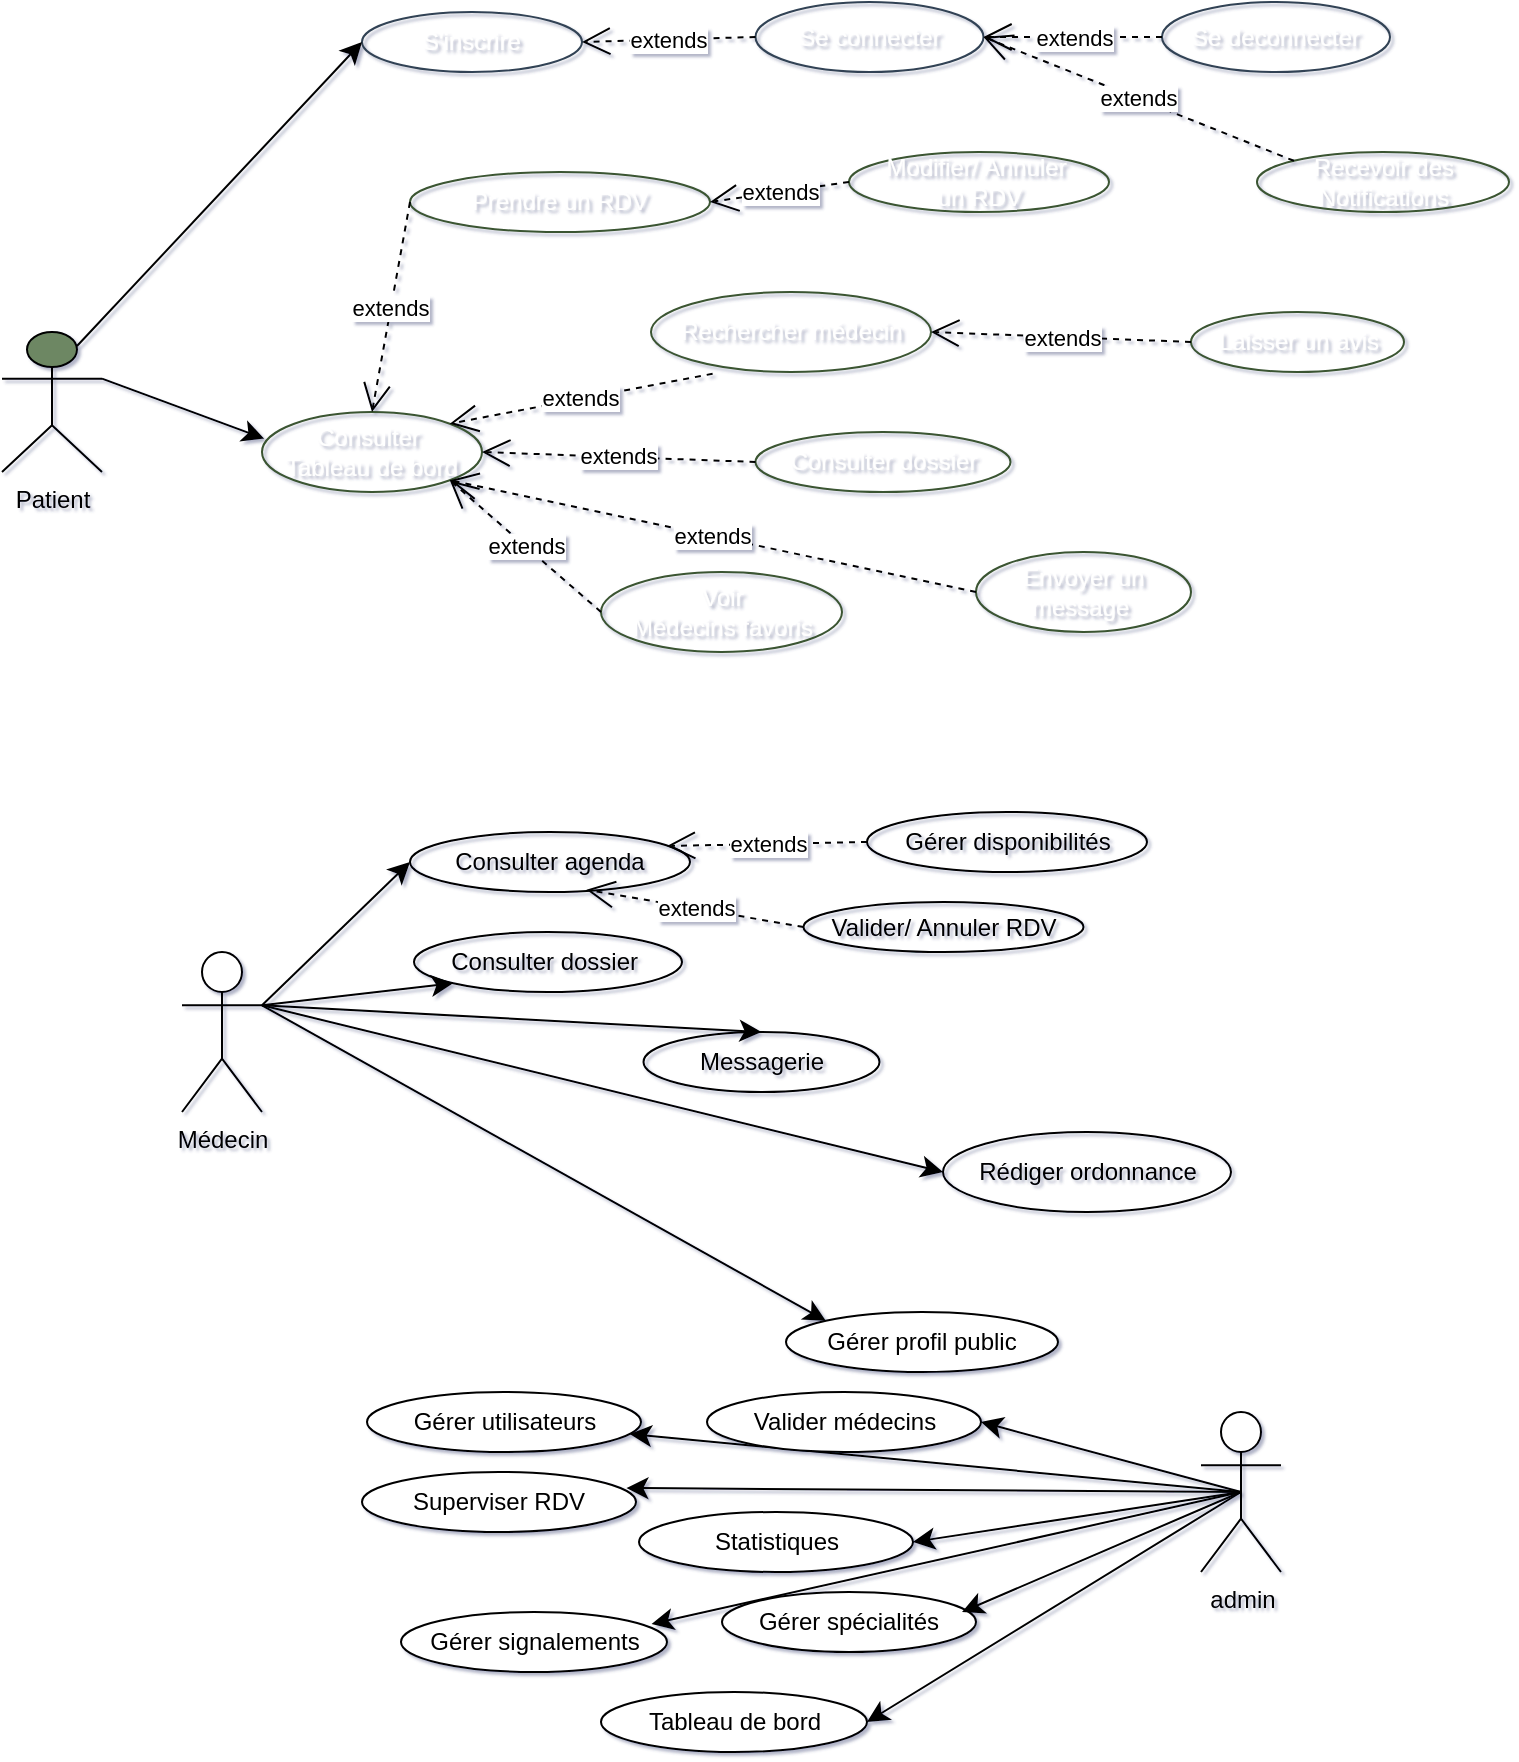
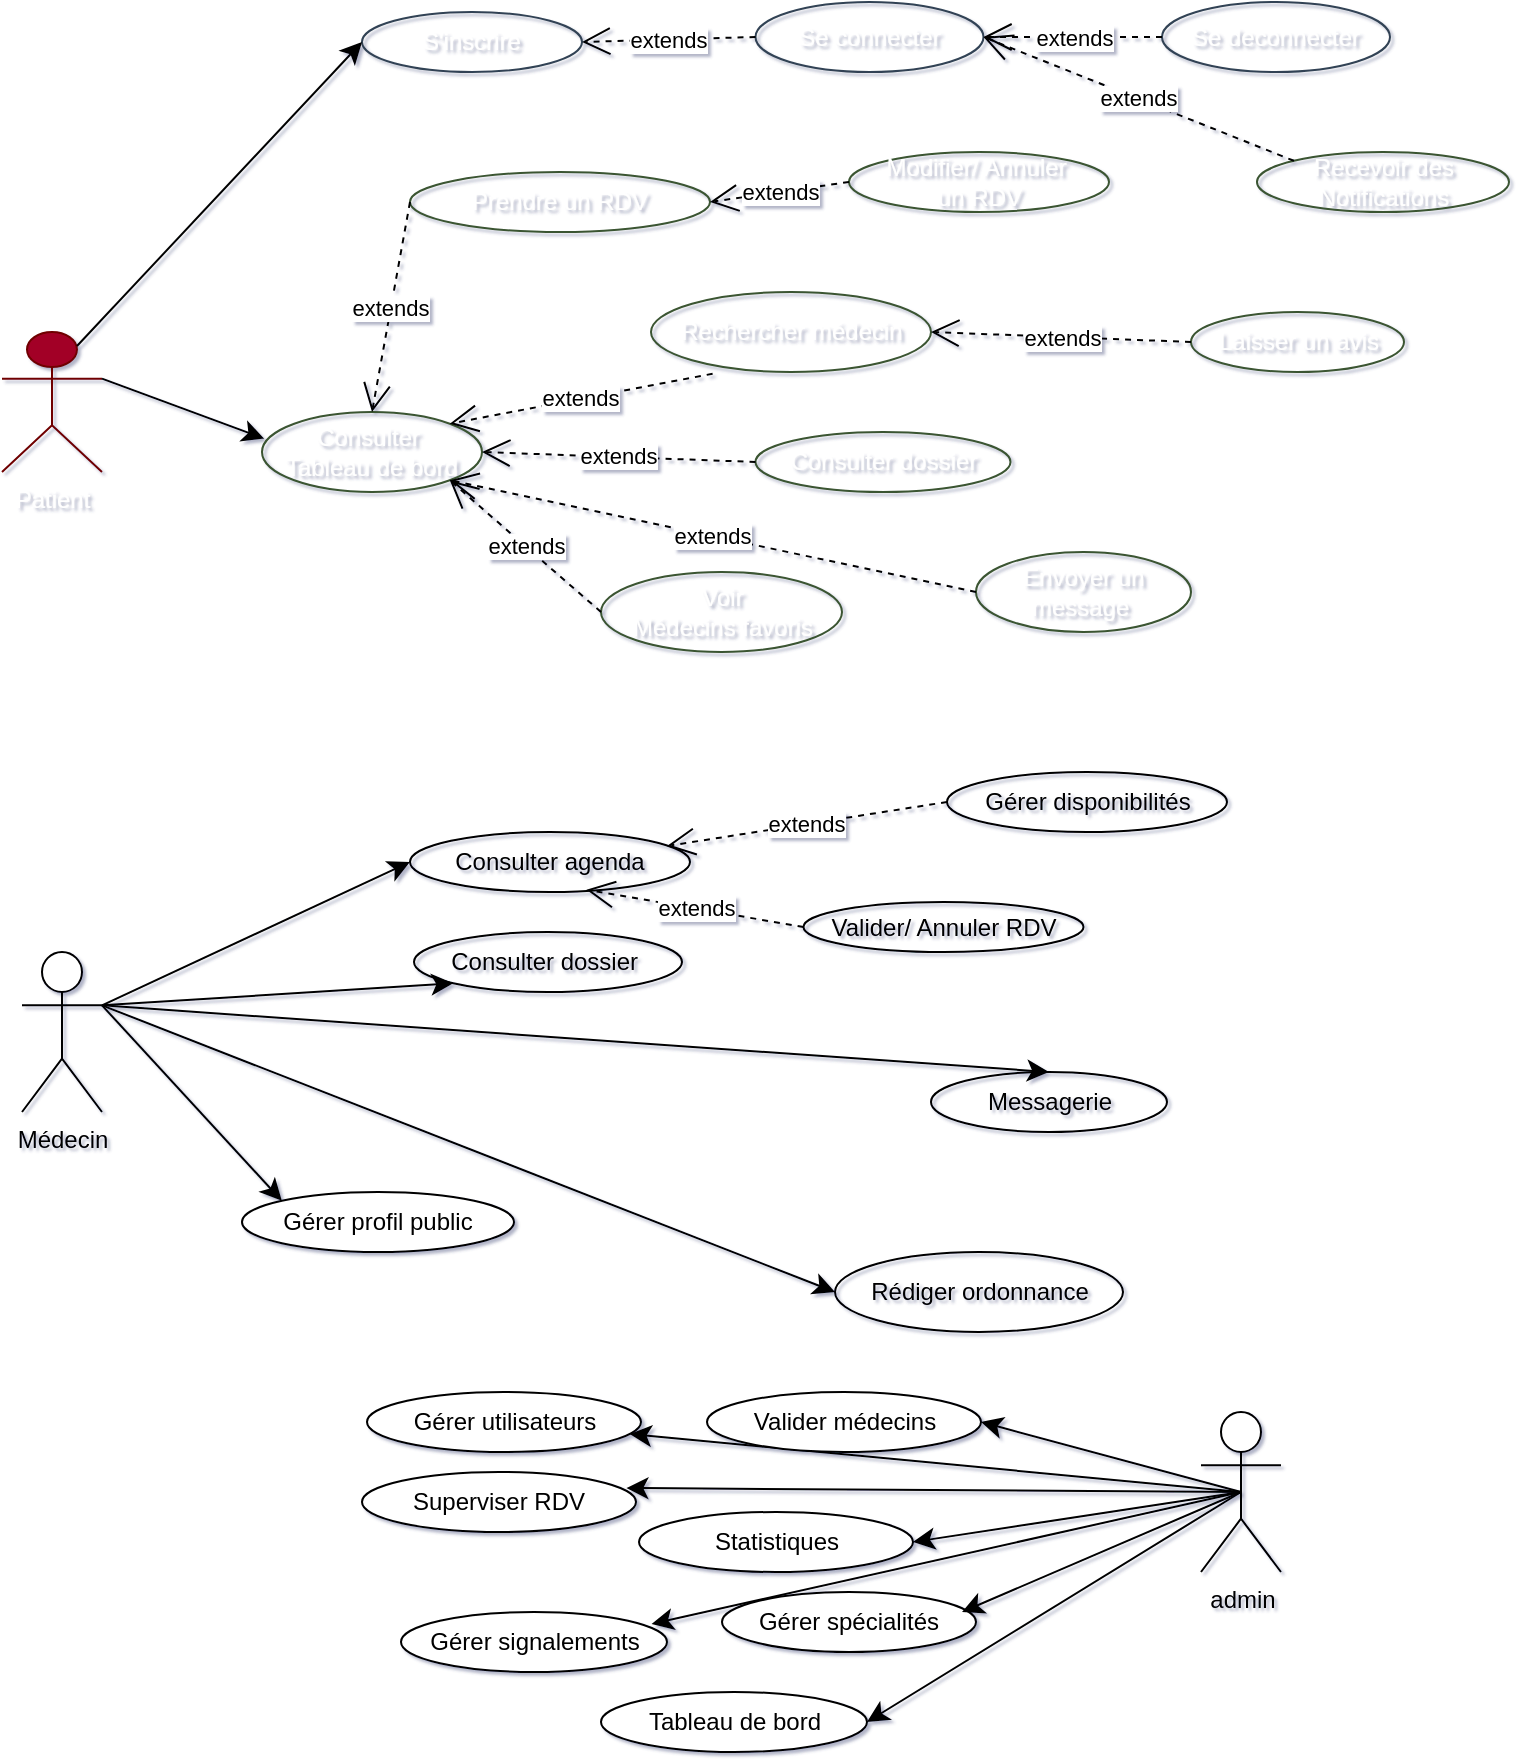
<mxfile host="app.diagrams.net">
  <diagram name="Page-1" id="B3HcQyi19hiCVtXVNNFy">
-     <mxGraphModel dx="815" dy="475" grid="1" gridSize="10" guides="1" tooltips="1" connect="1" arrows="1" fold="1" page="1" pageScale="1" pageWidth="827" pageHeight="1169" background="light-dark(#FFFFFF,#868686)" math="0" shadow="1">
+     <mxGraphModel dx="860" dy="501" grid="1" gridSize="10" guides="1" tooltips="1" connect="1" arrows="1" fold="1" page="1" pageScale="1" pageWidth="827" pageHeight="1169" background="light-dark(#FFFFFF,#868686)" math="0" shadow="1">
      <root>
        <mxCell id="0" />
        <mxCell id="1" parent="0" />
-         <mxCell id="zeCEq8UZaijIuNk5S55m-2" parent="1" style="shape=umlActor;verticalLabelPosition=bottom;verticalAlign=top;html=1;fillColor=light-dark(#6D8764,#FFFFFF);" value="Patient&lt;div&gt;&lt;br&gt;&lt;/div&gt;" vertex="1">
+         <mxCell id="zeCEq8UZaijIuNk5S55m-2" parent="1" style="shape=umlActor;verticalLabelPosition=bottom;verticalAlign=top;html=1;fillColor=#a20025;fontColor=#ffffff;strokeColor=#6F0000;" value="Patient&lt;div&gt;&lt;br&gt;&lt;/div&gt;" vertex="1">
          <mxGeometry height="70" width="50" x="50" y="370" as="geometry" />
        </mxCell>
        <mxCell id="zeCEq8UZaijIuNk5S55m-134" edge="1" parent="1" source="zeCEq8UZaijIuNk5S55m-3" style="edgeStyle=none;curved=1;rounded=0;orthogonalLoop=1;jettySize=auto;html=1;exitX=0.5;exitY=0.5;exitDx=0;exitDy=0;exitPerimeter=0;fontSize=12;startSize=8;endSize=8;entryX=1;entryY=0.5;entryDx=0;entryDy=0;" target="zeCEq8UZaijIuNk5S55m-109">
          <mxGeometry relative="1" as="geometry">
            <mxPoint x="539.5" y="960" as="targetPoint" />
          </mxGeometry>
        </mxCell>
        <mxCell id="zeCEq8UZaijIuNk5S55m-135" edge="1" parent="1" source="zeCEq8UZaijIuNk5S55m-3" style="edgeStyle=none;curved=1;rounded=0;orthogonalLoop=1;jettySize=auto;html=1;exitX=0.5;exitY=0.5;exitDx=0;exitDy=0;exitPerimeter=0;entryX=1;entryY=0.5;entryDx=0;entryDy=0;fontSize=12;startSize=8;endSize=8;" target="zeCEq8UZaijIuNk5S55m-92">
          <mxGeometry relative="1" as="geometry" />
        </mxCell>
        <mxCell id="zeCEq8UZaijIuNk5S55m-136" edge="1" parent="1" source="zeCEq8UZaijIuNk5S55m-3" style="edgeStyle=none;curved=1;rounded=0;orthogonalLoop=1;jettySize=auto;html=1;exitX=0.5;exitY=0.5;exitDx=0;exitDy=0;exitPerimeter=0;fontSize=12;startSize=8;endSize=8;" target="zeCEq8UZaijIuNk5S55m-93">
          <mxGeometry relative="1" as="geometry" />
        </mxCell>
        <mxCell id="zeCEq8UZaijIuNk5S55m-137" edge="1" parent="1" source="zeCEq8UZaijIuNk5S55m-3" style="edgeStyle=none;curved=1;rounded=0;orthogonalLoop=1;jettySize=auto;html=1;exitX=0.5;exitY=0.5;exitDx=0;exitDy=0;exitPerimeter=0;entryX=1;entryY=0.5;entryDx=0;entryDy=0;fontSize=12;startSize=8;endSize=8;" target="zeCEq8UZaijIuNk5S55m-94">
          <mxGeometry relative="1" as="geometry" />
        </mxCell>
        <mxCell id="zeCEq8UZaijIuNk5S55m-3" parent="1" style="shape=umlActor;verticalLabelPosition=bottom;verticalAlign=top;html=1;fillColor=light-dark(#FFFFFF,#D4A97F);" value="a&lt;span style=&quot;background-color: transparent; color: light-dark(rgb(0, 0, 0), rgb(255, 255, 255));&quot;&gt;dmin&lt;/span&gt;" vertex="1">
          <mxGeometry height="80" width="40" x="649.5" y="910" as="geometry" />
        </mxCell>
        <mxCell id="zeCEq8UZaijIuNk5S55m-48" parent="1" style="ellipse;whiteSpace=wrap;html=1;fillColor=none;fontColor=#ffffff;strokeColor=#314354;" value="S&#39;inscrire" vertex="1">
          <mxGeometry height="30" width="110" x="230" y="210" as="geometry" />
        </mxCell>
        <mxCell id="zeCEq8UZaijIuNk5S55m-49" parent="1" style="ellipse;whiteSpace=wrap;html=1;fillColor=none;fontColor=#ffffff;strokeColor=#314354;" value="Se connecter" vertex="1">
          <mxGeometry height="35" width="114" x="426.75" y="205" as="geometry" />
        </mxCell>
        <mxCell id="zeCEq8UZaijIuNk5S55m-50" parent="1" style="ellipse;whiteSpace=wrap;html=1;fillColor=none;fontColor=#ffffff;strokeColor=#3A5431;" value="Prendre un RDV" vertex="1">
          <mxGeometry height="30" width="150" x="254" y="290" as="geometry" />
        </mxCell>
        <mxCell id="zeCEq8UZaijIuNk5S55m-51" parent="1" style="ellipse;whiteSpace=wrap;html=1;fillColor=none;fontColor=#ffffff;strokeColor=#3A5431;shadow=0;" value="Envoyer un message&amp;nbsp;" vertex="1">
          <mxGeometry height="40" width="107.5" x="537" y="480" as="geometry" />
        </mxCell>
        <mxCell id="zeCEq8UZaijIuNk5S55m-52" parent="1" style="ellipse;whiteSpace=wrap;html=1;fillColor=none;fontColor=#ffffff;strokeColor=#3A5431;shadow=0;" value="Modifier/ Annuler&amp;nbsp;&lt;div&gt;un RDV&lt;/div&gt;" vertex="1">
          <mxGeometry height="30" width="130" x="473.5" y="280" as="geometry" />
        </mxCell>
        <mxCell id="zeCEq8UZaijIuNk5S55m-53" parent="1" style="ellipse;whiteSpace=wrap;html=1;fillColor=none;fontColor=#ffffff;strokeColor=#3A5431;shadow=0;" value="Consulter dossier" vertex="1">
          <mxGeometry height="30" width="127.5" x="426.75" y="420" as="geometry" />
        </mxCell>
        <mxCell id="zeCEq8UZaijIuNk5S55m-54" parent="1" style="ellipse;whiteSpace=wrap;html=1;fillColor=none;fontColor=#ffffff;strokeColor=#3A5431;shadow=0;" value="Rechercher médecin" vertex="1">
          <mxGeometry height="40" width="140" x="374.5" y="350" as="geometry" />
        </mxCell>
        <mxCell id="zeCEq8UZaijIuNk5S55m-72" parent="1" style="ellipse;whiteSpace=wrap;html=1;fillColor=none;fontColor=#ffffff;strokeColor=#3A5431;shadow=0;" value="Voir&lt;div&gt;&lt;span style=&quot;background-color: transparent; color: light-dark(rgb(255, 255, 255), rgb(18, 18, 18));&quot;&gt;Médecins favoris&lt;/span&gt;&lt;/div&gt;" vertex="1">
          <mxGeometry height="40" width="120.5" x="349.5" y="490" as="geometry" />
        </mxCell>
        <mxCell id="zeCEq8UZaijIuNk5S55m-73" parent="1" style="ellipse;whiteSpace=wrap;html=1;fillColor=none;fontColor=#ffffff;strokeColor=#3A5431;shadow=0;" value="Recevoir des Notifications" vertex="1">
          <mxGeometry height="30" width="126" x="677.5" y="280" as="geometry" />
        </mxCell>
        <mxCell id="zeCEq8UZaijIuNk5S55m-74" parent="1" style="ellipse;whiteSpace=wrap;html=1;fillColor=none;fontColor=light-dark(#000000,#040404);shadow=0;" value="Consulter agenda" vertex="1">
          <mxGeometry height="30" width="140" x="254" y="620" as="geometry" />
        </mxCell>
        <mxCell id="zeCEq8UZaijIuNk5S55m-75" parent="1" style="ellipse;whiteSpace=wrap;html=1;fillColor=none;fontColor=light-dark(#000000,#040404);shadow=0;" value="Rédiger ordonnance" vertex="1">
-           <mxGeometry height="40" width="144" x="520.5" y="770" as="geometry" />
+           <mxGeometry height="40" width="144" x="466.5" y="830" as="geometry" />
        </mxCell>
        <mxCell id="zeCEq8UZaijIuNk5S55m-76" parent="1" style="ellipse;whiteSpace=wrap;html=1;fillColor=none;fontColor=light-dark(#000000,#040404);shadow=0;" value="Gérer disponibilités" vertex="1">
-           <mxGeometry height="30" width="140" x="482.5" y="610" as="geometry" />
+           <mxGeometry height="30" width="140" x="522.5" y="590" as="geometry" />
        </mxCell>
        <mxCell id="zeCEq8UZaijIuNk5S55m-77" parent="1" style="ellipse;whiteSpace=wrap;html=1;fillColor=none;fontColor=light-dark(#000000,#040404);shadow=0;" value="Consulter dossier&amp;nbsp;" vertex="1">
          <mxGeometry height="30" width="134" x="256" y="670" as="geometry" />
        </mxCell>
        <mxCell id="zeCEq8UZaijIuNk5S55m-78" parent="1" style="ellipse;whiteSpace=wrap;html=1;fillColor=none;fontColor=light-dark(#000000,#040404);shadow=0;" value="Valider/ Annuler RDV" vertex="1">
          <mxGeometry height="25" width="140" x="450.75" y="655" as="geometry" />
        </mxCell>
        <mxCell id="zeCEq8UZaijIuNk5S55m-80" parent="1" style="ellipse;whiteSpace=wrap;html=1;fillColor=none;fontColor=light-dark(#000000,#040404);shadow=0;" value="Messagerie" vertex="1">
-           <mxGeometry height="30" width="118" x="370.75" y="720" as="geometry" />
+           <mxGeometry height="30" width="118" x="514.5" y="740" as="geometry" />
        </mxCell>
        <mxCell id="zeCEq8UZaijIuNk5S55m-91" parent="1" style="ellipse;whiteSpace=wrap;html=1;fillColor=light-dark(#FFFFFF,#D4A97F);fontColor=light-dark(#000000,#040404);shadow=0;" value="Gérer signalements" vertex="1">
          <mxGeometry height="30" width="133" x="249.5" y="1010" as="geometry" />
        </mxCell>
        <mxCell id="zeCEq8UZaijIuNk5S55m-92" parent="1" style="ellipse;whiteSpace=wrap;html=1;fillColor=light-dark(#FFFFFF,#D4A97F);fontColor=light-dark(#000000,#040404);shadow=0;" value="Valider médecins" vertex="1">
          <mxGeometry height="30" width="137" x="402.5" y="900" as="geometry" />
        </mxCell>
        <mxCell id="zeCEq8UZaijIuNk5S55m-93" parent="1" style="ellipse;whiteSpace=wrap;html=1;fillColor=light-dark(#FFFFFF,#D4A97F);fontColor=light-dark(#000000,#040404);shadow=0;" value="Gérer utilisateurs" vertex="1">
          <mxGeometry height="30" width="137" x="232.5" y="900" as="geometry" />
        </mxCell>
        <mxCell id="zeCEq8UZaijIuNk5S55m-94" parent="1" style="ellipse;whiteSpace=wrap;html=1;fillColor=light-dark(#FFFFFF,#D4A97F);fontColor=light-dark(#000000,#040404);shadow=0;" value="Tableau de bord" vertex="1">
          <mxGeometry height="30" width="133" x="349.5" y="1050" as="geometry" />
        </mxCell>
        <mxCell id="zeCEq8UZaijIuNk5S55m-95" parent="1" style="ellipse;whiteSpace=wrap;html=1;fillColor=light-dark(#FFFFFF,#D4A97F);fontColor=light-dark(#000000,#040404);shadow=0;" value="Gérer spécialités" vertex="1">
          <mxGeometry height="30" width="127" x="410" y="1000" as="geometry" />
        </mxCell>
        <mxCell id="zeCEq8UZaijIuNk5S55m-96" parent="1" style="ellipse;whiteSpace=wrap;html=1;fillColor=none;fontColor=#ffffff;strokeColor=#3A5431;shadow=0;" value="Laisser un avis" vertex="1">
          <mxGeometry height="30" width="106.5" x="644.5" y="360" as="geometry" />
        </mxCell>
        <mxCell id="zeCEq8UZaijIuNk5S55m-97" parent="1" style="ellipse;whiteSpace=wrap;html=1;fillColor=none;fontColor=#ffffff;strokeColor=#3A5431;shadow=0;" value="Consulter&amp;nbsp;&lt;div&gt;Tableau de bord&lt;/div&gt;" vertex="1">
          <mxGeometry height="40" width="110" x="180" y="410" as="geometry" />
        </mxCell>
        <mxCell id="zeCEq8UZaijIuNk5S55m-105" parent="1" style="ellipse;whiteSpace=wrap;html=1;fillColor=light-dark(#FFFFFF,#A680B8);fontColor=light-dark(#000000,#040404);" value="Gérer profil public" vertex="1">
-           <mxGeometry height="30" width="136" x="442" y="860" as="geometry" />
+           <mxGeometry height="30" width="136" x="170" y="800" as="geometry" />
        </mxCell>
        <mxCell id="zeCEq8UZaijIuNk5S55m-106" edge="1" parent="1" source="zeCEq8UZaijIuNk5S55m-105" style="edgeStyle=none;curved=1;rounded=0;orthogonalLoop=1;jettySize=auto;html=1;exitX=0.5;exitY=1;exitDx=0;exitDy=0;fontSize=12;startSize=8;endSize=8;fontColor=light-dark(#000000,#040404);shadow=0;" target="zeCEq8UZaijIuNk5S55m-105">
          <mxGeometry relative="1" as="geometry" />
        </mxCell>
        <mxCell id="zeCEq8UZaijIuNk5S55m-107" edge="1" parent="1" style="edgeStyle=none;curved=1;rounded=0;orthogonalLoop=1;jettySize=auto;html=1;exitX=0.5;exitY=0;exitDx=0;exitDy=0;fontSize=12;startSize=8;endSize=8;fontColor=light-dark(#000000,#040404);shadow=0;">
          <mxGeometry relative="1" as="geometry">
            <mxPoint x="324" y="820" as="sourcePoint" />
            <mxPoint x="324" y="820" as="targetPoint" />
          </mxGeometry>
        </mxCell>
        <mxCell id="zeCEq8UZaijIuNk5S55m-109" parent="1" style="ellipse;whiteSpace=wrap;html=1;fillColor=light-dark(#FFFFFF,#D4A97F);fontColor=light-dark(#000000,#040404);shadow=0;" value="Statistiques" vertex="1">
          <mxGeometry height="30" width="137" x="368.5" y="960" as="geometry" />
        </mxCell>
        <mxCell id="zeCEq8UZaijIuNk5S55m-110" parent="1" style="ellipse;whiteSpace=wrap;html=1;fillColor=light-dark(#FFFFFF,#D4A97F);fontColor=light-dark(#000000,#040404);shadow=0;" value="Superviser RDV" vertex="1">
          <mxGeometry height="30" width="137" x="230" y="940" as="geometry" />
        </mxCell>
        <mxCell id="zeCEq8UZaijIuNk5S55m-119" edge="1" parent="1" source="zeCEq8UZaijIuNk5S55m-2" style="edgeStyle=none;curved=1;rounded=0;orthogonalLoop=1;jettySize=auto;html=1;exitX=1;exitY=0.3333333333333333;exitDx=0;exitDy=0;exitPerimeter=0;entryX=0.01;entryY=0.333;entryDx=0;entryDy=0;entryPerimeter=0;fontSize=12;startSize=8;endSize=8;" target="zeCEq8UZaijIuNk5S55m-97">
          <mxGeometry relative="1" as="geometry" />
        </mxCell>
        <mxCell id="zeCEq8UZaijIuNk5S55m-122" edge="1" parent="1" source="zeCEq8UZaijIuNk5S55m-121" style="edgeStyle=none;curved=1;rounded=0;orthogonalLoop=1;jettySize=auto;html=1;exitX=1;exitY=0.3333333333333333;exitDx=0;exitDy=0;exitPerimeter=0;entryX=0;entryY=0.5;entryDx=0;entryDy=0;fontSize=12;startSize=8;endSize=8;" target="zeCEq8UZaijIuNk5S55m-74">
          <mxGeometry relative="1" as="geometry" />
        </mxCell>
        <mxCell id="zeCEq8UZaijIuNk5S55m-125" edge="1" parent="1" source="zeCEq8UZaijIuNk5S55m-121" style="edgeStyle=none;curved=1;rounded=0;orthogonalLoop=1;jettySize=auto;html=1;exitX=1;exitY=0.3333333333333333;exitDx=0;exitDy=0;exitPerimeter=0;fontSize=12;startSize=8;endSize=8;entryX=0;entryY=1;entryDx=0;entryDy=0;" target="zeCEq8UZaijIuNk5S55m-77">
          <mxGeometry relative="1" as="geometry" />
        </mxCell>
        <mxCell id="zeCEq8UZaijIuNk5S55m-126" edge="1" parent="1" source="zeCEq8UZaijIuNk5S55m-121" style="edgeStyle=none;curved=1;rounded=0;orthogonalLoop=1;jettySize=auto;html=1;exitX=1;exitY=0.3333333333333333;exitDx=0;exitDy=0;exitPerimeter=0;entryX=0;entryY=0.5;entryDx=0;entryDy=0;fontSize=12;startSize=8;endSize=8;" target="zeCEq8UZaijIuNk5S55m-75">
          <mxGeometry relative="1" as="geometry" />
        </mxCell>
        <mxCell id="zeCEq8UZaijIuNk5S55m-127" edge="1" parent="1" source="zeCEq8UZaijIuNk5S55m-121" style="edgeStyle=none;curved=1;rounded=0;orthogonalLoop=1;jettySize=auto;html=1;exitX=1;exitY=0.3333333333333333;exitDx=0;exitDy=0;exitPerimeter=0;entryX=0.5;entryY=0;entryDx=0;entryDy=0;fontSize=12;startSize=8;endSize=8;" target="zeCEq8UZaijIuNk5S55m-80">
          <mxGeometry relative="1" as="geometry" />
        </mxCell>
        <mxCell id="zeCEq8UZaijIuNk5S55m-129" edge="1" parent="1" source="zeCEq8UZaijIuNk5S55m-121" style="edgeStyle=none;curved=1;rounded=0;orthogonalLoop=1;jettySize=auto;html=1;exitX=1;exitY=0.3333333333333333;exitDx=0;exitDy=0;exitPerimeter=0;entryX=0;entryY=0;entryDx=0;entryDy=0;fontSize=12;startSize=8;endSize=8;" target="zeCEq8UZaijIuNk5S55m-105">
          <mxGeometry relative="1" as="geometry" />
        </mxCell>
        <mxCell id="zeCEq8UZaijIuNk5S55m-121" parent="1" style="shape=umlActor;verticalLabelPosition=bottom;verticalAlign=top;html=1;fillColor=light-dark(#FFFFFF,#A680B8);" value="Médecin" vertex="1">
-           <mxGeometry height="80" width="40" x="140" y="680" as="geometry" />
+           <mxGeometry height="80" width="40" x="60" y="680" as="geometry" />
        </mxCell>
        <mxCell id="zeCEq8UZaijIuNk5S55m-133" edge="1" parent="1" source="zeCEq8UZaijIuNk5S55m-3" style="edgeStyle=none;curved=1;rounded=0;orthogonalLoop=1;jettySize=auto;html=1;exitX=0.5;exitY=0.5;exitDx=0;exitDy=0;exitPerimeter=0;entryX=0.945;entryY=0.333;entryDx=0;entryDy=0;entryPerimeter=0;fontSize=12;startSize=8;endSize=8;" target="zeCEq8UZaijIuNk5S55m-95">
          <mxGeometry relative="1" as="geometry" />
        </mxCell>
        <mxCell id="zeCEq8UZaijIuNk5S55m-138" edge="1" parent="1" source="zeCEq8UZaijIuNk5S55m-3" style="edgeStyle=none;curved=1;rounded=0;orthogonalLoop=1;jettySize=auto;html=1;exitX=0.5;exitY=0.5;exitDx=0;exitDy=0;exitPerimeter=0;entryX=0.942;entryY=0.2;entryDx=0;entryDy=0;entryPerimeter=0;fontSize=12;startSize=8;endSize=8;" target="zeCEq8UZaijIuNk5S55m-91">
          <mxGeometry relative="1" as="geometry" />
        </mxCell>
        <mxCell id="zeCEq8UZaijIuNk5S55m-139" edge="1" parent="1" source="zeCEq8UZaijIuNk5S55m-3" style="edgeStyle=none;curved=1;rounded=0;orthogonalLoop=1;jettySize=auto;html=1;exitX=0.5;exitY=0.5;exitDx=0;exitDy=0;exitPerimeter=0;entryX=0.965;entryY=0.267;entryDx=0;entryDy=0;entryPerimeter=0;fontSize=12;startSize=8;endSize=8;" target="zeCEq8UZaijIuNk5S55m-110">
          <mxGeometry relative="1" as="geometry" />
        </mxCell>
        <mxCell id="BPupQ__mGfnsOI6G265q-5" parent="1" style="ellipse;whiteSpace=wrap;html=1;fillColor=none;fontColor=#ffffff;strokeColor=#314354;" value="Se deconnecter" vertex="1">
          <mxGeometry height="35" width="114" x="630" y="205" as="geometry" />
        </mxCell>
        <mxCell id="BPupQ__mGfnsOI6G265q-6" edge="1" parent="1" source="BPupQ__mGfnsOI6G265q-5" style="endArrow=open;endSize=12;dashed=1;html=1;rounded=0;entryX=1;entryY=0.5;entryDx=0;entryDy=0;exitX=0;exitY=0.5;exitDx=0;exitDy=0;" target="zeCEq8UZaijIuNk5S55m-49" value="extends">
          <mxGeometry relative="1" width="160" as="geometry">
            <mxPoint x="410" y="140" as="sourcePoint" />
            <mxPoint x="420" y="164.17000000000002" as="targetPoint" />
          </mxGeometry>
        </mxCell>
        <mxCell id="BPupQ__mGfnsOI6G265q-8" edge="1" parent="1" source="zeCEq8UZaijIuNk5S55m-76" style="endArrow=open;endSize=12;dashed=1;html=1;rounded=0;entryX=0.906;entryY=0.143;entryDx=0;entryDy=0;entryPerimeter=0;exitX=0;exitY=0.5;exitDx=0;exitDy=0;" value="extends">
          <mxGeometry relative="1" width="160" as="geometry">
            <mxPoint x="486.5" y="585" as="sourcePoint" />
            <mxPoint x="382.5" y="627" as="targetPoint" />
          </mxGeometry>
        </mxCell>
        <mxCell id="BPupQ__mGfnsOI6G265q-9" edge="1" parent="1" source="zeCEq8UZaijIuNk5S55m-78" style="endArrow=open;endSize=12;dashed=1;html=1;rounded=0;entryX=0.63;entryY=0.962;entryDx=0;entryDy=0;entryPerimeter=0;exitX=0;exitY=0.5;exitDx=0;exitDy=0;" target="zeCEq8UZaijIuNk5S55m-74" value="extends">
          <mxGeometry relative="1" width="160" as="geometry">
            <mxPoint x="442" y="666.5" as="sourcePoint" />
            <mxPoint x="341.5" y="668.5" as="targetPoint" />
          </mxGeometry>
        </mxCell>
        <mxCell id="BPupQ__mGfnsOI6G265q-12" edge="1" parent="1" source="zeCEq8UZaijIuNk5S55m-2" style="edgeStyle=none;curved=1;rounded=0;orthogonalLoop=1;jettySize=auto;html=1;exitX=0.75;exitY=0.1;exitDx=0;exitDy=0;exitPerimeter=0;fontSize=12;startSize=8;endSize=8;entryX=0;entryY=0.5;entryDx=0;entryDy=0;" target="zeCEq8UZaijIuNk5S55m-48">
          <mxGeometry relative="1" as="geometry">
            <mxPoint x="78" y="332.5" as="sourcePoint" />
            <mxPoint x="390" y="237.5" as="targetPoint" />
          </mxGeometry>
        </mxCell>
        <mxCell id="BPupQ__mGfnsOI6G265q-13" edge="1" parent="1" source="zeCEq8UZaijIuNk5S55m-49" style="endArrow=open;endSize=12;dashed=1;html=1;rounded=0;entryX=1;entryY=0.5;entryDx=0;entryDy=0;exitX=0;exitY=0.5;exitDx=0;exitDy=0;" target="zeCEq8UZaijIuNk5S55m-48" value="extends">
          <mxGeometry relative="1" width="160" as="geometry">
            <mxPoint x="328.75" y="149" as="sourcePoint" />
            <mxPoint x="240.75" y="146" as="targetPoint" />
          </mxGeometry>
        </mxCell>
        <mxCell id="BPupQ__mGfnsOI6G265q-14" edge="1" parent="1" source="zeCEq8UZaijIuNk5S55m-52" style="endArrow=open;endSize=12;dashed=1;html=1;rounded=0;exitX=0;exitY=0.5;exitDx=0;exitDy=0;entryX=1;entryY=0.5;entryDx=0;entryDy=0;" target="zeCEq8UZaijIuNk5S55m-50" value="extends">
          <mxGeometry relative="1" width="160" as="geometry">
            <mxPoint x="471.75" y="284" as="sourcePoint" />
            <mxPoint x="390" y="290" as="targetPoint" />
          </mxGeometry>
        </mxCell>
        <mxCell id="BPupQ__mGfnsOI6G265q-15" edge="1" parent="1" source="zeCEq8UZaijIuNk5S55m-96" style="endArrow=open;endSize=12;dashed=1;html=1;rounded=0;exitX=0;exitY=0.5;exitDx=0;exitDy=0;entryX=1;entryY=0.5;entryDx=0;entryDy=0;" target="zeCEq8UZaijIuNk5S55m-54" value="extends">
          <mxGeometry relative="1" width="160" as="geometry">
            <mxPoint x="640" y="233" as="sourcePoint" />
            <mxPoint x="460" y="360" as="targetPoint" />
          </mxGeometry>
        </mxCell>
        <mxCell id="BPupQ__mGfnsOI6G265q-16" edge="1" parent="1" source="zeCEq8UZaijIuNk5S55m-53" style="endArrow=open;endSize=12;dashed=1;html=1;rounded=0;exitX=0;exitY=0.5;exitDx=0;exitDy=0;entryX=1;entryY=0.5;entryDx=0;entryDy=0;" target="zeCEq8UZaijIuNk5S55m-97" value="extends">
          <mxGeometry relative="1" width="160" as="geometry">
            <mxPoint x="479" y="497.5" as="sourcePoint" />
            <mxPoint x="394" y="482.5" as="targetPoint" />
          </mxGeometry>
        </mxCell>
        <mxCell id="BPupQ__mGfnsOI6G265q-17" edge="1" parent="1" source="zeCEq8UZaijIuNk5S55m-51" style="endArrow=open;endSize=12;dashed=1;html=1;rounded=0;exitX=0;exitY=0.5;exitDx=0;exitDy=0;entryX=1;entryY=1;entryDx=0;entryDy=0;" target="zeCEq8UZaijIuNk5S55m-97" value="extends">
          <mxGeometry relative="1" width="160" as="geometry">
            <mxPoint x="482.5" y="540" as="sourcePoint" />
            <mxPoint x="289.5" y="540" as="targetPoint" />
          </mxGeometry>
        </mxCell>
        <mxCell id="BPupQ__mGfnsOI6G265q-18" edge="1" parent="1" source="zeCEq8UZaijIuNk5S55m-72" style="endArrow=open;endSize=12;dashed=1;html=1;rounded=0;exitX=0;exitY=0.5;exitDx=0;exitDy=0;entryX=1;entryY=1;entryDx=0;entryDy=0;" target="zeCEq8UZaijIuNk5S55m-97" value="extends">
          <mxGeometry relative="1" width="160" as="geometry">
            <mxPoint x="489" y="556" as="sourcePoint" />
            <mxPoint x="260" y="540" as="targetPoint" />
          </mxGeometry>
        </mxCell>
        <mxCell id="BPupQ__mGfnsOI6G265q-19" edge="1" parent="1" source="zeCEq8UZaijIuNk5S55m-73" style="endArrow=open;endSize=12;dashed=1;html=1;rounded=0;exitX=0;exitY=0;exitDx=0;exitDy=0;entryX=1;entryY=0.5;entryDx=0;entryDy=0;" target="zeCEq8UZaijIuNk5S55m-49" value="extends">
          <mxGeometry relative="1" width="160" as="geometry">
            <mxPoint x="736.5" y="335" as="sourcePoint" />
            <mxPoint x="637.5" y="335" as="targetPoint" />
          </mxGeometry>
        </mxCell>
        <mxCell id="BPupQ__mGfnsOI6G265q-20" edge="1" parent="1" source="zeCEq8UZaijIuNk5S55m-54" style="endArrow=open;endSize=12;dashed=1;html=1;rounded=0;exitX=0.22;exitY=1.022;exitDx=0;exitDy=0;entryX=1;entryY=0;entryDx=0;entryDy=0;exitPerimeter=0;" target="zeCEq8UZaijIuNk5S55m-97" value="extends">
          <mxGeometry relative="1" width="160" as="geometry">
            <mxPoint x="239.75" y="365" as="sourcePoint" />
            <mxPoint x="150.75" y="375" as="targetPoint" />
          </mxGeometry>
        </mxCell>
        <mxCell id="BPupQ__mGfnsOI6G265q-21" edge="1" parent="1" source="zeCEq8UZaijIuNk5S55m-50" style="endArrow=open;endSize=12;dashed=1;html=1;rounded=0;exitX=0;exitY=0.5;exitDx=0;exitDy=0;entryX=0.5;entryY=0;entryDx=0;entryDy=0;" target="zeCEq8UZaijIuNk5S55m-97" value="extends">
          <mxGeometry relative="1" width="160" as="geometry">
            <mxPoint x="256" y="335" as="sourcePoint" />
            <mxPoint x="167" y="345" as="targetPoint" />
          </mxGeometry>
        </mxCell>
      </root>
    </mxGraphModel>
  </diagram>
</mxfile>
